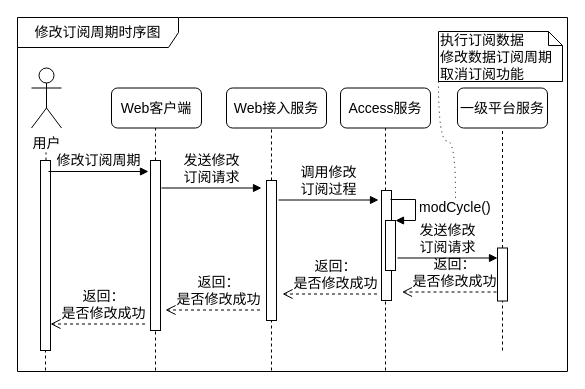
The draw.io diagram IOTManage/sequence-modifyCycle.drawio in waterwatermelon/graph, before the edit. Source tidied: cells renumbered, new cells numbered last; positions are measured from the earlier drawing's top-left corner, leaving out a move shared by most shapes. Both pictures are drawn from the tidied source at 100%, with x=0, y=0 at pixel (17, 17).
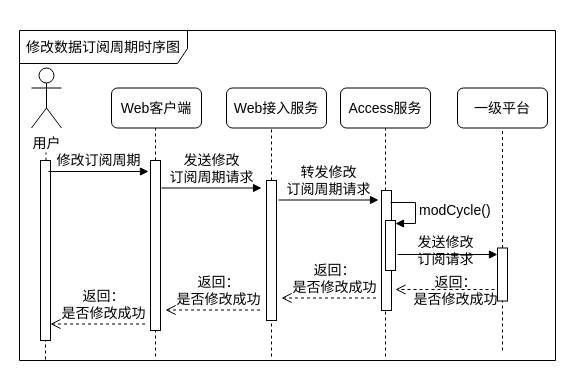
The same page after the edit.

Unchanged cells that the change refers to:
```xml
<mxCell id="15" style="html=1;points=[];perimeter=orthogonalPerimeter;rounded=0;shadow=0;comic=0;labelBackgroundColor=none;strokeColor=#000000;strokeWidth=1;fillColor=#FFFFFF;fontFamily=Verdana;fontSize=14;fontColor=#000000;align=center;" parent="1" vertex="1">
  <mxGeometry x="133" y="143" width="10" height="170" as="geometry" />
</mxCell>
<mxCell id="19" style="html=1;points=[];perimeter=orthogonalPerimeter;rounded=0;shadow=0;comic=0;labelBackgroundColor=none;strokeColor=#000000;strokeWidth=1;fillColor=#FFFFFF;fontFamily=Verdana;fontSize=14;fontColor=#000000;align=center;" parent="1" vertex="1">
  <mxGeometry x="249" y="163" width="10" height="140" as="geometry" />
</mxCell>
<mxCell id="31" style="html=1;points=[];perimeter=orthogonalPerimeter;" parent="1" vertex="1">
  <mxGeometry x="368" y="203" width="10" height="50" as="geometry" />
</mxCell>
```

What changed in the source:
```diff
@@
+    <mxCell id="16" style="endArrow=none;dashed=1;html=1;fontSize=14;fontColor=#000000;" parent="1" edge="1">
+      <mxGeometry relative="1" as="geometry">
+        <mxPoint x="138" y="339" as="sourcePoint" />
+        <mxPoint x="138" y="299" as="targetPoint" />
+      </mxGeometry>
+    </mxCell>
+    <mxCell id="20" style="endArrow=none;dashed=1;html=1;fontSize=14;fontColor=#000000;" parent="1" edge="1">
+      <mxGeometry relative="1" as="geometry">
+        <mxPoint x="254" y="339" as="sourcePoint" />
+        <mxPoint x="254" y="289" as="targetPoint" />
+      </mxGeometry>
+    </mxCell>
+    <mxCell id="23" style="endArrow=none;dashed=1;html=1;fontSize=14;fontColor=#000000;" parent="1" edge="1">
+      <mxGeometry relative="1" as="geometry">
+        <mxPoint x="368" y="339" as="sourcePoint" />
+        <mxPoint x="368" y="279" as="targetPoint" />
+      </mxGeometry>
+    </mxCell>
+    <mxCell id="14" style="endArrow=none;dashed=1;html=1;fontSize=14;fontColor=#000000;" parent="1" edge="1">
+      <mxGeometry relative="1" as="geometry">
+        <mxPoint x="28" y="342" as="sourcePoint" />
+        <mxPoint x="28" y="312" as="targetPoint" />
+      </mxGeometry>
+    </mxCell>
-    <mxCell id="2" value="&lt;font style=&quot;font-size: 14px&quot;&gt;修改订阅周期时序图&lt;/font&gt;" style="shape=umlFrame;whiteSpace=wrap;html=1;width=161;height=30;" parent="1" vertex="1">
-      <mxGeometry width="550" height="354" as="geometry" />
+    <mxCell id="2" value="&lt;font style=&quot;font-size: 14px&quot;&gt;修改数据订阅周期时序图&lt;/font&gt;" style="shape=umlFrame;whiteSpace=wrap;html=1;width=168;height=33;" parent="1" vertex="1">
+      <mxGeometry x="2" y="13" width="536" height="330" as="geometry" />
     </mxCell>
@@
-    <mxCell id="11" value="一级平台服务" style="rounded=1;whiteSpace=wrap;html=1;fontSize=14;fontColor=#000000;" parent="1" vertex="1">
+    <mxCell id="11" value="一级平台&lt;br&gt;" style="rounded=1;whiteSpace=wrap;html=1;fontSize=14;fontColor=#000000;" parent="1" vertex="1">
       <mxGeometry x="440" y="70.5" width="90" height="40" as="geometry" />
     </mxCell>
@@
     <mxCell id="13" style="html=1;points=[];perimeter=orthogonalPerimeter;rounded=0;shadow=0;comic=0;labelBackgroundColor=none;strokeColor=#000000;strokeWidth=1;fillColor=#FFFFFF;fontFamily=Verdana;fontSize=14;fontColor=#000000;align=center;" parent="1" vertex="1">
-      <mxGeometry x="23" y="143" width="10" height="190" as="geometry" />
+      <mxGeometry x="23" y="143" width="10" height="180" as="geometry" />
     </mxCell>
-    <mxCell id="14" style="endArrow=none;dashed=1;html=1;fontSize=14;fontColor=#000000;" parent="1" edge="1" target="13">
-      <mxGeometry relative="1" as="geometry">
-        <mxPoint x="28" y="353" as="sourcePoint" />
-      </mxGeometry>
-    </mxCell>
@@
-    <mxCell id="16" style="endArrow=none;dashed=1;html=1;fontSize=14;fontColor=#000000;" parent="1" edge="1" target="15">
-      <mxGeometry relative="1" as="geometry">
-        <mxPoint x="138" y="353" as="sourcePoint" />
-      </mxGeometry>
-    </mxCell>
@@
-    <mxCell id="18" value="&lt;font style=&quot;font-size: 14px&quot;&gt;发送修改&lt;br&gt;订阅请求&lt;/font&gt;" style="html=1;verticalAlign=bottom;endArrow=block;labelBackgroundColor=none;fontFamily=Verdana;fontSize=14;elbow=vertical;fontColor=#000000;" parent="1" edge="1">
+    <mxCell id="18" value="&lt;font style=&quot;font-size: 14px&quot;&gt;发送修改&lt;br&gt;订阅周期请求&lt;/font&gt;" style="html=1;verticalAlign=bottom;endArrow=block;labelBackgroundColor=none;fontFamily=Verdana;fontSize=14;elbow=vertical;fontColor=#000000;" parent="1" edge="1">
       <mxGeometry relative="1" as="geometry">
         <mxPoint x="144" y="170.5" as="sourcePoint" />
         <mxPoint x="244" y="170.5" as="targetPoint" />
       </mxGeometry>
     </mxCell>
@@
-    <mxCell id="20" style="endArrow=none;dashed=1;html=1;fontSize=14;fontColor=#000000;" parent="1" edge="1" target="19">
-      <mxGeometry relative="1" as="geometry">
-        <mxPoint x="254" y="353" as="sourcePoint" />
-      </mxGeometry>
-    </mxCell>
-    <mxCell id="21" value="&lt;font style=&quot;font-size: 14px&quot;&gt;调用修改&lt;br&gt;订阅过程&lt;/font&gt;" style="html=1;verticalAlign=bottom;endArrow=block;labelBackgroundColor=none;fontFamily=Verdana;fontSize=14;elbow=vertical;fontColor=#000000;" parent="1" edge="1">
+    <mxCell id="21" value="&lt;font style=&quot;font-size: 14px&quot;&gt;转发修改&lt;br&gt;订阅周期请求&lt;/font&gt;" style="html=1;verticalAlign=bottom;endArrow=block;labelBackgroundColor=none;fontFamily=Verdana;fontSize=14;elbow=vertical;fontColor=#000000;" parent="1" edge="1">
       <mxGeometry relative="1" as="geometry">
         <mxPoint x="261" y="182.5" as="sourcePoint" />
         <mxPoint x="361" y="182.5" as="targetPoint" />
       </mxGeometry>
     </mxCell>
     <mxCell id="22" style="html=1;points=[];perimeter=orthogonalPerimeter;rounded=0;shadow=0;comic=0;labelBackgroundColor=none;strokeColor=#000000;strokeWidth=1;fillColor=#FFFFFF;fontFamily=Verdana;fontSize=14;fontColor=#000000;align=center;" parent="1" vertex="1">
-      <mxGeometry x="364" y="173" width="10" height="110" as="geometry" />
+      <mxGeometry x="364" y="173" width="10" height="120" as="geometry" />
     </mxCell>
-    <mxCell id="23" style="endArrow=none;dashed=1;html=1;fontSize=14;fontColor=#000000;" parent="1" edge="1" target="22">
-      <mxGeometry relative="1" as="geometry">
-        <mxPoint x="368" y="353" as="sourcePoint" />
-      </mxGeometry>
-    </mxCell>
@@
     <mxCell id="26" value="&lt;font style=&quot;font-size: 14px&quot;&gt;发送修改&lt;br&gt;订阅请求&lt;/font&gt;" style="html=1;verticalAlign=bottom;endArrow=block;labelBackgroundColor=none;fontFamily=Verdana;fontSize=14;elbow=vertical;fontColor=#000000;" parent="1" edge="1">
-      <mxGeometry relative="1" as="geometry">
-        <mxPoint x="380" y="240.5" as="sourcePoint" />
-        <mxPoint x="480" y="240.5" as="targetPoint" />
+      <mxGeometry x="-0.04" y="-16" relative="1" as="geometry">
+        <mxPoint x="380" y="237" as="sourcePoint" />
+        <mxPoint x="480" y="237" as="targetPoint" />
       </mxGeometry>
     </mxCell>
     <mxCell id="27" value="返回：&lt;br&gt;是否修改成功" style="html=1;verticalAlign=bottom;endArrow=open;dashed=1;endSize=8;labelBackgroundColor=none;fontFamily=Verdana;fontSize=14;fontColor=#000000;" parent="1" edge="1">
-      <mxGeometry x="-0.11" relative="1" as="geometry">
-        <mxPoint x="479" y="274.5" as="sourcePoint" />
-        <mxPoint x="384.5" y="274.5" as="targetPoint" />
+      <mxGeometry x="-0.21" y="21" relative="1" as="geometry">
+        <mxPoint x="477" y="272" as="sourcePoint" />
+        <mxPoint x="378" y="272" as="targetPoint" />
       </mxGeometry>
     </mxCell>
     <mxCell id="28" value="返回：&lt;br&gt;是否修改成功" style="html=1;verticalAlign=bottom;endArrow=open;dashed=1;endSize=8;labelBackgroundColor=none;fontFamily=Verdana;fontSize=14;fontColor=#000000;" parent="1" edge="1">
       <mxGeometry x="-0.11" relative="1" as="geometry">
-        <mxPoint x="359.5" y="276.5" as="sourcePoint" />
-        <mxPoint x="265" y="276.5" as="targetPoint" />
+        <mxPoint x="358.5" y="280.5" as="sourcePoint" />
+        <mxPoint x="264" y="280.5" as="targetPoint" />
       </mxGeometry>
     </mxCell>
@@
-    <mxCell id="32" value="&lt;font style=&quot;font-size: 14px&quot;&gt;modCycle()&lt;/font&gt;" style="edgeStyle=orthogonalEdgeStyle;html=1;align=left;spacingLeft=2;endArrow=block;rounded=0;entryX=1;entryY=0;" parent="1" edge="1" target="31">
+    <mxCell id="32" value="&lt;font style=&quot;font-size: 14px&quot;&gt;modCycle()&lt;/font&gt;" style="edgeStyle=orthogonalEdgeStyle;html=1;align=left;spacingLeft=2;endArrow=block;rounded=0;entryX=1;entryY=0;" parent="1" edge="1">
       <mxGeometry relative="1" as="geometry">
-        <mxPoint x="373" y="182" as="sourcePoint" />
+        <mxPoint x="373" y="185" as="sourcePoint" />
+        <mxPoint x="378" y="206" as="targetPoint" />
         <Array as="points">
-          <mxPoint x="398" y="182" />
+          <mxPoint x="398" y="185" />
         </Array>
       </mxGeometry>
     </mxCell>
-    <mxCell id="33" style="rounded=0;jettySize=auto;html=1;exitX=0;exitY=1;exitDx=0;exitDy=0;exitPerimeter=0;dashed=1;endArrow=none;endFill=0;dashPattern=1 4;edgeStyle=orthogonalEdgeStyle;elbow=vertical;curved=1;" parent="1" edge="1" source="34">
-      <mxGeometry relative="1" as="geometry">
-        <mxPoint x="438" y="183" as="targetPoint" />
-      </mxGeometry>
-    </mxCell>
-    <mxCell id="34" value="&lt;font style=&quot;font-size: 14px&quot;&gt;执行订阅数据&lt;br&gt;修改数据订阅周期取消订阅功能&lt;/font&gt;" style="shape=note;whiteSpace=wrap;html=1;size=14;verticalAlign=top;align=left;spacingTop=-6;" parent="1" vertex="1">
-      <mxGeometry x="421" y="14" width="124" height="50" as="geometry" />
-    </mxCell>
```
